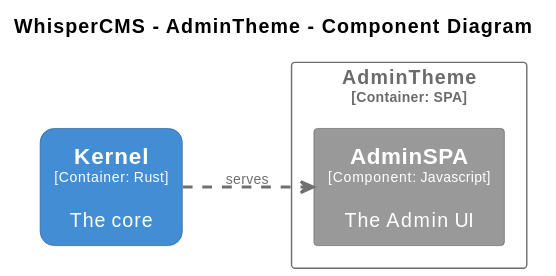
CoderByBlood/whisper-cms keeps this PlantUML diagram as docs/diagrams/structurizr-WhisperCMS-Component-AdminTheme.svg. Above is the earlier version. The source it was exported from:
```plantuml
@startuml
set separator none
title WhisperCMS - AdminTheme - Component Diagram

left to right direction
skinparam ranksep 60
skinparam nodesep 30

skinparam {
  arrowFontSize 10
  defaultTextAlignment center
  wrapWidth 200
  maxMessageSize 100
}

hide stereotype

skinparam rectangle<<WhisperCMS.AdminTheme.AdminSPA>> {
  BackgroundColor #999999
  FontColor #ffffff
  BorderColor #6b6b6b
  shadowing false
}
skinparam rectangle<<WhisperCMS.Kernel>> {
  BackgroundColor #438dd5
  FontColor #ffffff
  BorderColor #2e6295
  roundCorner 20
  shadowing false
}
skinparam rectangle<<WhisperCMS.AdminTheme>> {
  BorderColor #6b6b6b
  FontColor #6b6b6b
  shadowing false
}

rectangle "==Kernel\n<size:10>[Container: Rust]</size>\n\nThe core" <<WhisperCMS.Kernel>> as WhisperCMS.Kernel

rectangle "AdminTheme\n<size:10>[Container: SPA]</size>" <<WhisperCMS.AdminTheme>> {
  rectangle "==AdminSPA\n<size:10>[Component: Javascript]</size>\n\nThe Admin UI" <<WhisperCMS.AdminTheme.AdminSPA>> as WhisperCMS.AdminTheme.AdminSPA
}

WhisperCMS.Kernel .[#707070,thickness=2].> WhisperCMS.AdminTheme.AdminSPA : "<color:#707070>serves"
@enduml
```
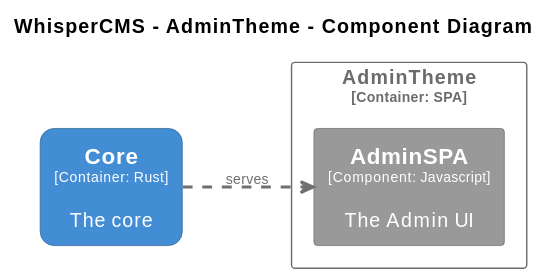
The same diagram one commit later.

Diff of the diagram source:
```diff
@@ -21,7 +21,7 @@
   BorderColor #6b6b6b
   shadowing false
 }
-skinparam rectangle<<WhisperCMS.Kernel>> {
+skinparam rectangle<<WhisperCMS.Core>> {
   BackgroundColor #438dd5
   FontColor #ffffff
   BorderColor #2e6295
@@ -34,11 +34,11 @@
   shadowing false
 }
 
-rectangle "==Kernel\n<size:10>[Container: Rust]</size>\n\nThe core" <<WhisperCMS.Kernel>> as WhisperCMS.Kernel
+rectangle "==Core\n<size:10>[Container: Rust]</size>\n\nThe core" <<WhisperCMS.Core>> as WhisperCMS.Core
 
 rectangle "AdminTheme\n<size:10>[Container: SPA]</size>" <<WhisperCMS.AdminTheme>> {
   rectangle "==AdminSPA\n<size:10>[Component: Javascript]</size>\n\nThe Admin UI" <<WhisperCMS.AdminTheme.AdminSPA>> as WhisperCMS.AdminTheme.AdminSPA
 }
 
-WhisperCMS.Kernel .[#707070,thickness=2].> WhisperCMS.AdminTheme.AdminSPA : "<color:#707070>serves"
+WhisperCMS.Core .[#707070,thickness=2].> WhisperCMS.AdminTheme.AdminSPA : "<color:#707070>serves"
 @enduml
```
